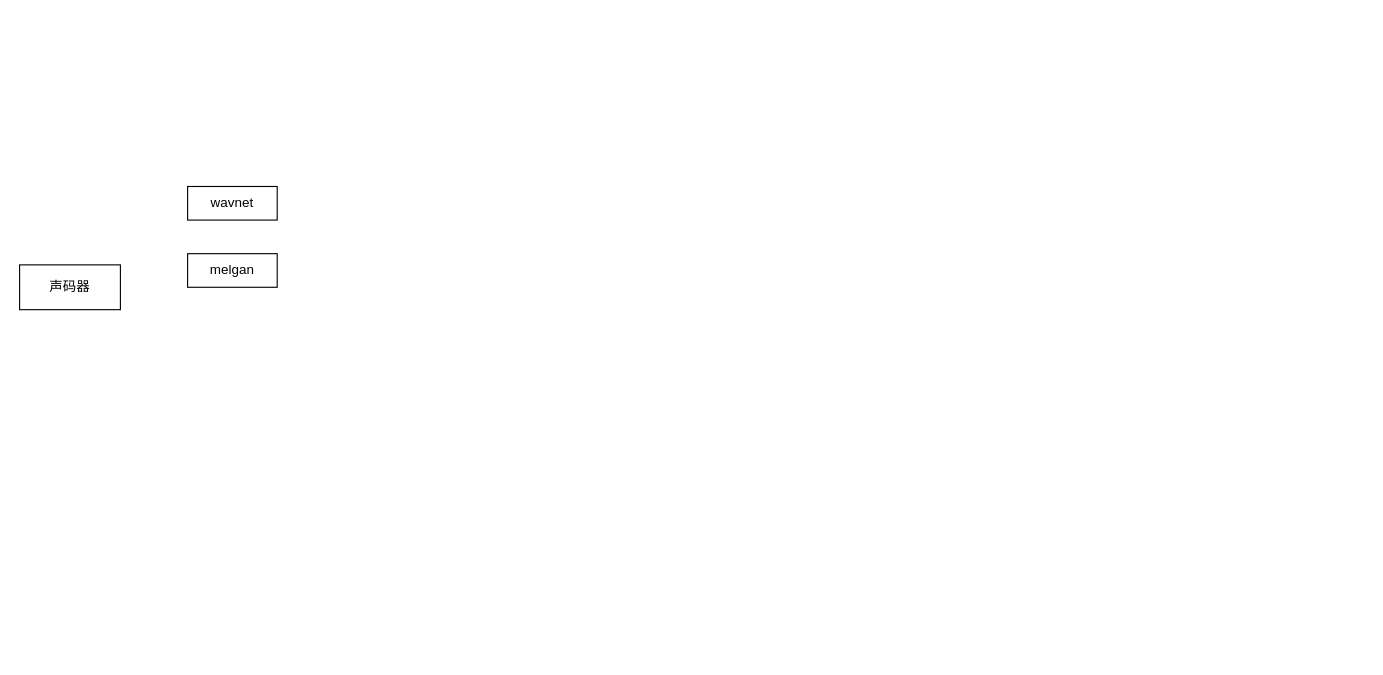
This is 未命名绘图.drawio from pigorz/kaldi, a draw.io file, before an edit. Source tidied: cells renumbered, new cells numbered last; positions are measured from the earlier drawing's top-left corner, leaving out a move shared by most shapes. Both pictures are drawn from the tidied source at 112%, with x=0, y=0 at pixel (19, 186).
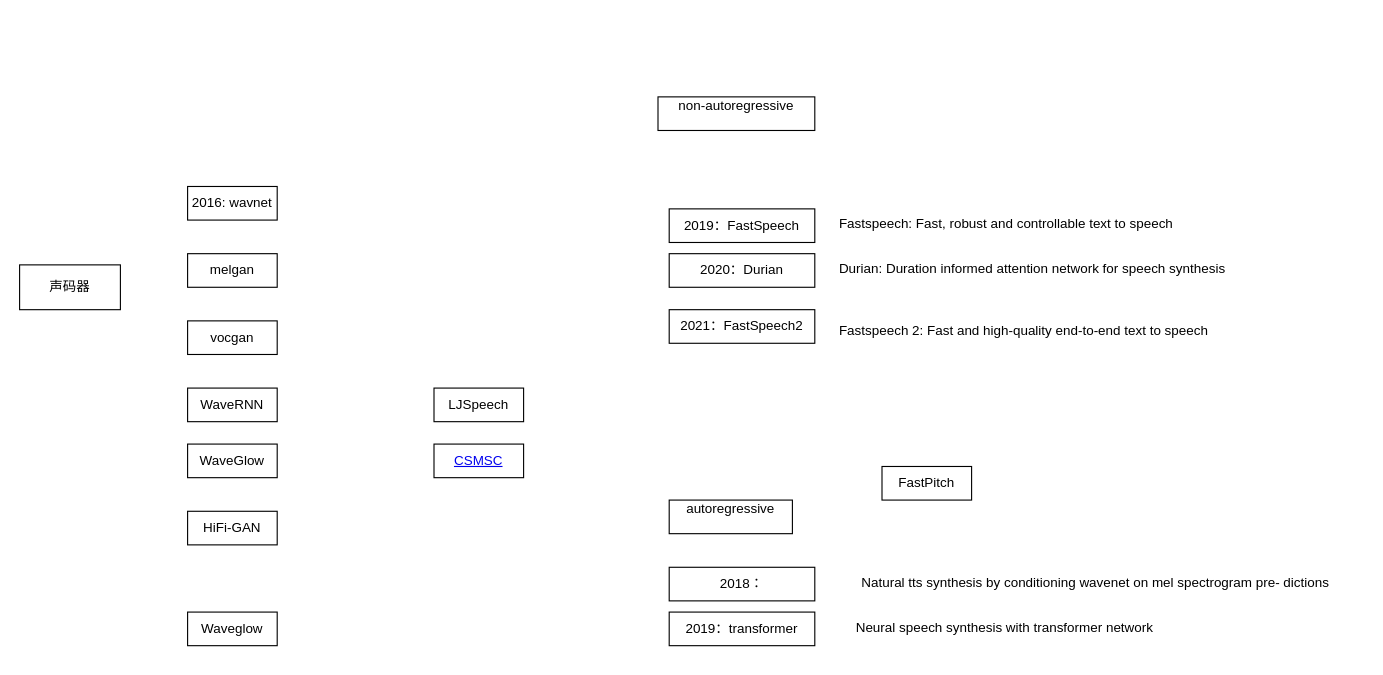
The same page after the edit.

Commit message:
更新未命名绘图.drawio

Change to the diagram source:
```diff
@@
-    <mxCell id="3" value="wavnet" style="rounded=0;whiteSpace=wrap;html=1;" parent="1" vertex="1">
+    <mxCell id="3" value="&lt;div&gt;2016: wavnet&lt;/div&gt;" style="rounded=0;whiteSpace=wrap;html=1;" parent="1" vertex="1">
       <mxGeometry x="150" width="80" height="30" as="geometry" />
     </mxCell>
@@
+    <mxCell id="5" value="&lt;div&gt;vocgan&lt;/div&gt;" style="rounded=0;whiteSpace=wrap;html=1;" parent="1" vertex="1">
+      <mxGeometry x="150" y="120" width="80" height="30" as="geometry" />
+    </mxCell>
+    <mxCell id="6" value="FastPitch" style="rounded=0;whiteSpace=wrap;html=1;" parent="1" vertex="1">
+      <mxGeometry x="770" y="250" width="80" height="30" as="geometry" />
+    </mxCell>
+    <mxCell id="7" value="&lt;div&gt;WaveRNN&lt;/div&gt;" style="rounded=0;whiteSpace=wrap;html=1;" parent="1" vertex="1">
+      <mxGeometry x="150" y="180" width="80" height="30" as="geometry" />
+    </mxCell>
+    <mxCell id="8" value="&lt;div&gt;&lt;div&gt;WaveGlow&lt;/div&gt;&lt;/div&gt;" style="rounded=0;whiteSpace=wrap;html=1;" parent="1" vertex="1">
+      <mxGeometry x="150" y="230" width="80" height="30" as="geometry" />
+    </mxCell>
+    <mxCell id="9" value="HiFi-GAN" style="rounded=0;whiteSpace=wrap;html=1;" parent="1" vertex="1">
+      <mxGeometry x="150" y="290" width="80" height="30" as="geometry" />
+    </mxCell>
+    <mxCell id="10" value="&lt;a href=&quot;https://www.data-baker.com/open_source.html&quot; target=&quot;_blank&quot;&gt;CSMSC&lt;/a&gt;" style="rounded=0;whiteSpace=wrap;html=1;" parent="1" vertex="1">
+      <mxGeometry x="370" y="230" width="80" height="30" as="geometry" />
+    </mxCell>
+    <mxCell id="11" value="Waveglow" style="rounded=0;whiteSpace=wrap;html=1;" parent="1" vertex="1">
+      <mxGeometry x="150" y="380" width="80" height="30" as="geometry" />
+    </mxCell>
+    <mxCell id="12" value="&lt;div&gt;2020：Durian&lt;/div&gt;" style="rounded=0;whiteSpace=wrap;html=1;" parent="1" vertex="1">
+      <mxGeometry x="580" y="60" width="130" height="30" as="geometry" />
+    </mxCell>
+    <mxCell id="13" value="2019：transformer" style="rounded=0;whiteSpace=wrap;html=1;" parent="1" vertex="1">
+      <mxGeometry x="580" y="380" width="130" height="30" as="geometry" />
+    </mxCell>
+    <mxCell id="14" value="&#10;  &lt;div title=&quot;Page 1&quot; class=&quot;page&quot;&gt;&#10;   &lt;div class=&quot;layoutArea&quot;&gt;&#10;    &lt;div class=&quot;column&quot;&gt;&#10;     &lt;p&gt;&lt;span style=&quot;font-size: 9.000000pt; font-family: 'NimbusRomNo9L'&quot;&gt;non-autoregressive&#10;&lt;/span&gt;&lt;/p&gt;&#10;    &lt;/div&gt;&#10;   &lt;/div&gt;&#10;  &lt;/div&gt;&#10; &#10;" style="rounded=0;whiteSpace=wrap;html=1;" parent="1" vertex="1">
+      <mxGeometry x="570" y="-80" width="140" height="30" as="geometry" />
+    </mxCell>
+    <mxCell id="15" value="&#10;  &lt;div title=&quot;Page 1&quot; class=&quot;page&quot;&gt;&#10;   &lt;div class=&quot;layoutArea&quot;&gt;&#10;    &lt;div class=&quot;column&quot;&gt;&#10;     &lt;p&gt;&lt;span style=&quot;font-size: 9.000000pt; font-family: 'NimbusRomNo9L'&quot;&gt;autoregressive&#10;&lt;/span&gt;&lt;/p&gt;&#10;    &lt;/div&gt;&#10;   &lt;/div&gt;&#10;  &lt;/div&gt;&#10; &#10;" style="rounded=0;whiteSpace=wrap;html=1;" parent="1" vertex="1">
+      <mxGeometry x="580" y="280" width="110" height="30" as="geometry" />
+    </mxCell>
+    <mxCell id="16" value="LJSpeech" style="rounded=0;whiteSpace=wrap;html=1;" parent="1" vertex="1">
+      <mxGeometry x="370" y="180" width="80" height="30" as="geometry" />
+    </mxCell>
+    <mxCell id="17" value="&lt;div&gt;2019：FastSpeech&lt;/div&gt;" style="rounded=0;whiteSpace=wrap;html=1;" parent="1" vertex="1">
+      <mxGeometry x="580" y="20" width="130" height="30" as="geometry" />
+    </mxCell>
+    <mxCell id="18" value="2021：FastSpeech2" style="rounded=0;whiteSpace=wrap;html=1;" parent="1" vertex="1">
+      <mxGeometry x="580" y="110" width="130" height="30" as="geometry" />
+    </mxCell>
+    <mxCell id="19" value="Durian: Duration informed attention network for speech synthesis" style="text;whiteSpace=wrap;html=1;" parent="1" vertex="1">
+      <mxGeometry x="730" y="60" width="380" height="40" as="geometry" />
+    </mxCell>
+    <mxCell id="20" value="Fastspeech 2: Fast and high-quality end-to-end text to speech" style="text;whiteSpace=wrap;html=1;" parent="1" vertex="1">
+      <mxGeometry x="730" y="115" width="360" height="40" as="geometry" />
+    </mxCell>
+    <mxCell id="21" value="Fastspeech: Fast, robust and controllable text to speech" style="text;whiteSpace=wrap;html=1;" parent="1" vertex="1">
+      <mxGeometry x="730" y="20" width="330" height="40" as="geometry" />
+    </mxCell>
+    <mxCell id="22" value="Neural speech synthesis with transformer network" style="text;whiteSpace=wrap;html=1;" parent="1" vertex="1">
+      <mxGeometry x="745" y="380" width="300" height="40" as="geometry" />
+    </mxCell>
+    <mxCell id="23" value="Natural tts synthesis by conditioning wavenet on mel spectrogram pre- dictions" style="text;whiteSpace=wrap;html=1;" parent="1" vertex="1">
+      <mxGeometry x="750" y="340" width="450" height="40" as="geometry" />
+    </mxCell>
+    <mxCell id="24" value="&lt;div&gt;2018：&lt;/div&gt;" style="rounded=0;whiteSpace=wrap;html=1;" parent="1" vertex="1">
+      <mxGeometry x="580" y="340" width="130" height="30" as="geometry" />
+    </mxCell>
```
